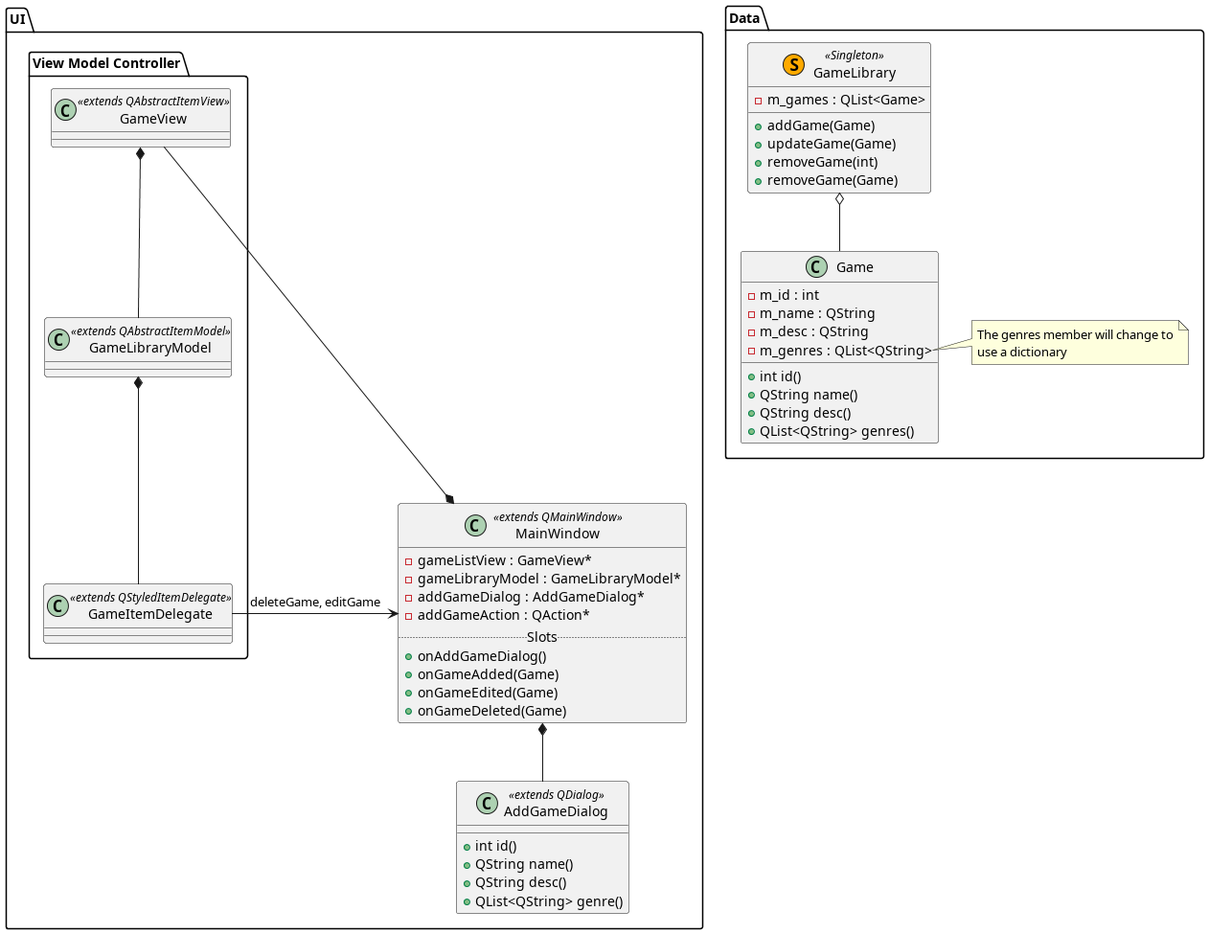
This is docs/04-Class_Diagram/class_diagram.png from kalsandbrook/CS39440-Major-Project, a PlantUML export, as it was before one commit.
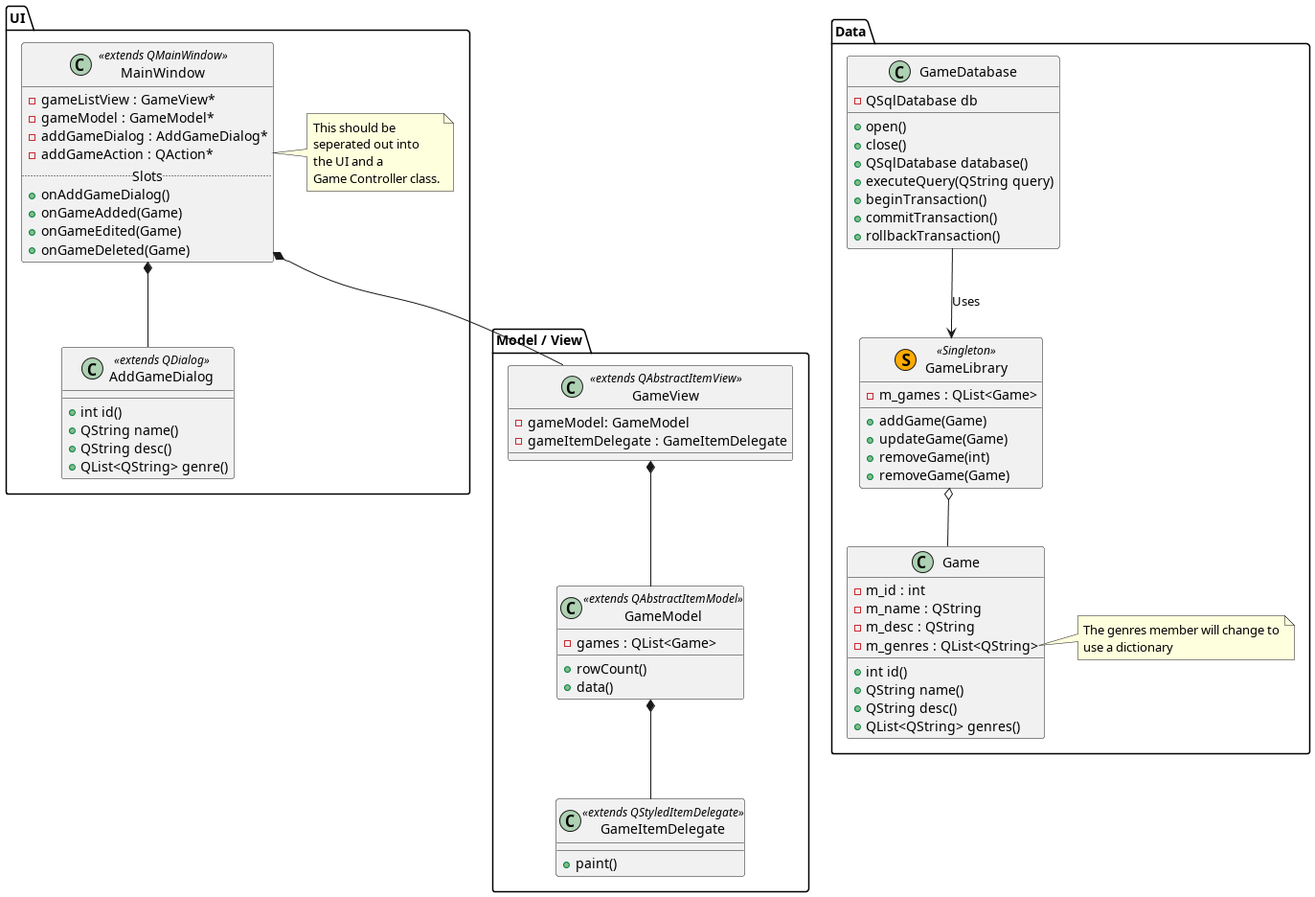
The same file after the commit.

Commit message:
update diagram & misc code changes

The edit, as a diff of the source:
```diff
@@ -3,7 +3,7 @@
 package UI{
     class MainWindow <<extends QMainWindow>>{
     - gameListView : GameView*
-    - gameLibraryModel : GameLibraryModel*
+    - gameModel : GameModel*
     - addGameDialog : AddGameDialog*
     - addGameAction : QAction*
     ..Slots..
@@ -18,15 +18,27 @@
         + QString desc()
         + QList<QString> genre()
     }
+    note right of MainWindow
+        This should be
+        seperated out into
+        the UI and a
+        Game Controller class.
+    end note
+}
 
-    package "View Model Controller"{
-        class GameView <<extends QAbstractItemView>>
-        class GameLibraryModel <<extends QAbstractItemModel>>
+package "Model / View"{
+        class GameView <<extends QAbstractItemView>>{
+        - gameModel: GameModel
+        - gameItemDelegate : GameItemDelegate
+        }
+        class GameModel <<extends QAbstractItemModel>>{
+        - games : QList<Game>
+        + rowCount()
+        + data()
+        }
         class GameItemDelegate <<extends QStyledItemDelegate>>{
+        + paint()
         }
-        GameItemDelegate -> MainWindow : "deleteGame, editGame"
-    }
-
 }
 package Data{
     class GameLibrary << (S,#FFAA00) Singleton >>{
@@ -36,6 +48,18 @@
         + removeGame(Game)
         - m_games : QList<Game>
     }
+
+    class GameDatabase{
+        - QSqlDatabase db
+        + open()
+        + close()
+        + QSqlDatabase database()
+        + executeQuery(QString query)
+        + beginTransaction()
+        + commitTransaction()
+        + rollbackTransaction()
+    }
+
     class Game{
         + int id()
         + QString name()
@@ -58,10 +82,10 @@
 
 MainWindow *-- GameView
 
-GameView *-- GameLibraryModel
-GameLibraryModel *-- GameItemDelegate
+GameView *-- GameModel
+GameModel *-- GameItemDelegate
 
 GameLibrary o-- Game
 
-
+GameDatabase --> GameLibrary : Uses
 @enduml
```
